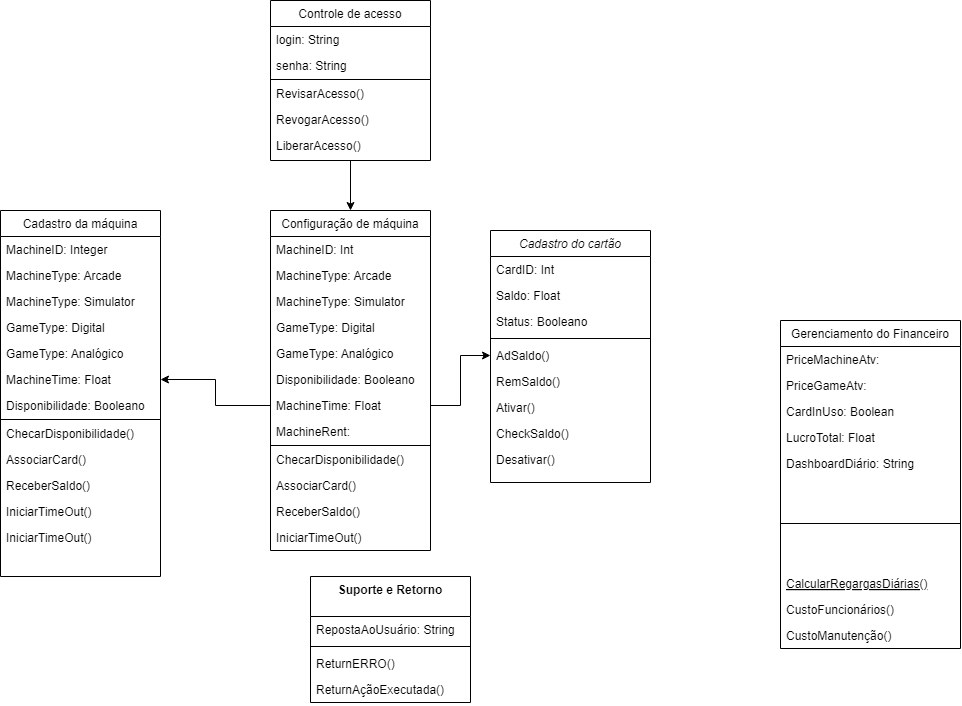
Before: Diagrama de Classe.drawio.png, a diagram exported from draw.io (Hevee06/Projetos_Diagrama.oi). Source tidied: cells renumbered, new cells last; positions are measured from the earlier drawing's top-left corner, leaving out a move shared by most shapes.
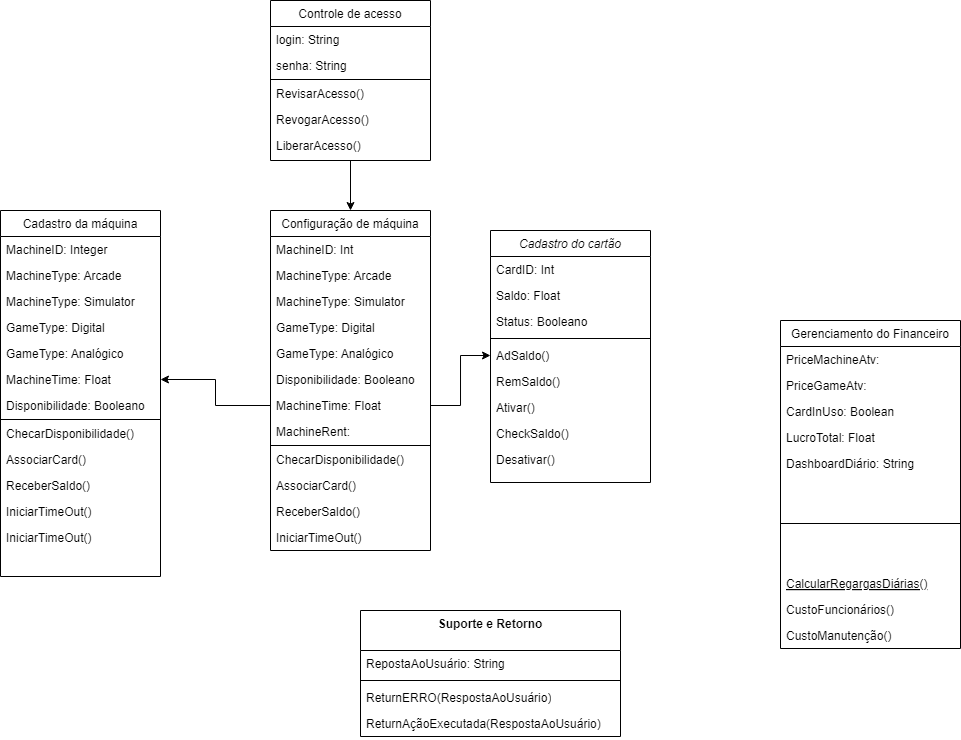
Later version of the same file.

Change to the diagram source:
```diff
@@ -171,19 +171,19 @@
       <mxGeometry y="314" width="160" height="26" as="geometry" />
     </mxCell>
     <mxCell id="58" value="Suporte e Retorno" style="swimlane;fontStyle=1;align=center;verticalAlign=top;horizontal=1;startSize=40;whiteSpace=wrap;html=1;" parent="1" vertex="1">
-      <mxGeometry x="310" y="576" width="160" height="126" as="geometry" />
+      <mxGeometry x="360" y="610" width="260" height="126" as="geometry" />
     </mxCell>
     <mxCell id="59" value="RepostaAoUsuário: String" style="text;strokeColor=none;fillColor=none;align=left;verticalAlign=top;spacingLeft=4;spacingRight=4;overflow=hidden;whiteSpace=wrap;html=1;" parent="58" vertex="1">
-      <mxGeometry y="40" width="160" height="26" as="geometry" />
+      <mxGeometry y="40" width="260" height="26" as="geometry" />
     </mxCell>
     <mxCell id="60" style="line;strokeWidth=1;fillColor=none;align=left;verticalAlign=middle;spacingTop=-1;spacingLeft=3;spacingRight=3;labelPosition=right;strokeColor=inherit;" parent="58" vertex="1">
-      <mxGeometry y="66" width="160" height="8" as="geometry" />
+      <mxGeometry y="66" width="260" height="8" as="geometry" />
     </mxCell>
-    <mxCell id="61" value="ReturnERRO()" style="text;strokeColor=none;fillColor=none;align=left;verticalAlign=top;spacingLeft=4;spacingRight=4;overflow=hidden;whiteSpace=wrap;html=1;" parent="58" vertex="1">
-      <mxGeometry y="74" width="160" height="26" as="geometry" />
+    <mxCell id="61" value="ReturnERRO(RespostaAoUsuário)" style="text;strokeColor=none;fillColor=none;align=left;verticalAlign=top;spacingLeft=4;spacingRight=4;overflow=hidden;whiteSpace=wrap;html=1;" parent="58" vertex="1">
+      <mxGeometry y="74" width="260" height="26" as="geometry" />
     </mxCell>
-    <mxCell id="62" value="ReturnAçãoExecutada()" style="text;strokeColor=none;fillColor=none;align=left;verticalAlign=top;spacingLeft=4;spacingRight=4;overflow=hidden;whiteSpace=wrap;html=1;" parent="58" vertex="1">
-      <mxGeometry y="100" width="160" height="26" as="geometry" />
+    <mxCell id="62" value="ReturnAçãoExecutada(RespostaAoUsuário)" style="text;strokeColor=none;fillColor=none;align=left;verticalAlign=top;spacingLeft=4;spacingRight=4;overflow=hidden;whiteSpace=wrap;html=1;" parent="58" vertex="1">
+      <mxGeometry y="100" width="260" height="26" as="geometry" />
     </mxCell>
     <mxCell id="63" style="edgeStyle=orthogonalEdgeStyle;rounded=0;jettySize=auto;html=1;" parent="1" edge="1" source="51" target="36">
       <mxGeometry relative="1" as="geometry" />
```
